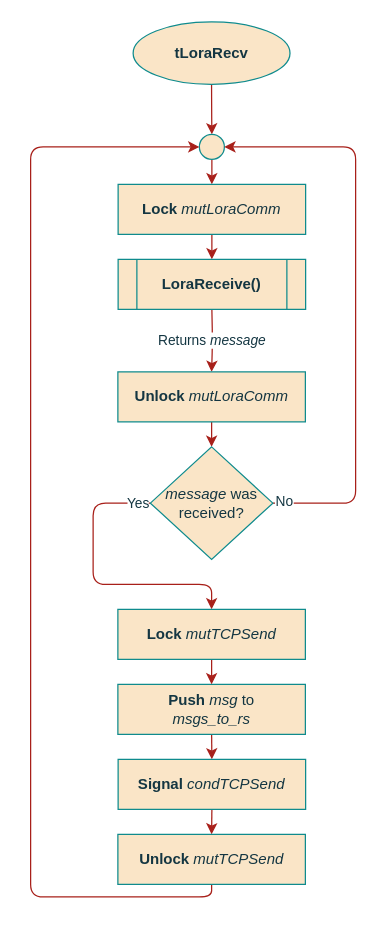
The draw.io diagram page "tLoraRecv" (5 of 5) of project/report/flowcharts/Gatewaytasks/threads.drawio in ESRGgroup9/slipad, before the edit. Source tidied: cells renumbered, new cells numbered last; positions are measured from the earlier drawing's top-left corner, leaving out a move shared by most shapes. Both pictures are drawn from the tidied source at 125%, with x=0, y=0 at pixel (30, 21).
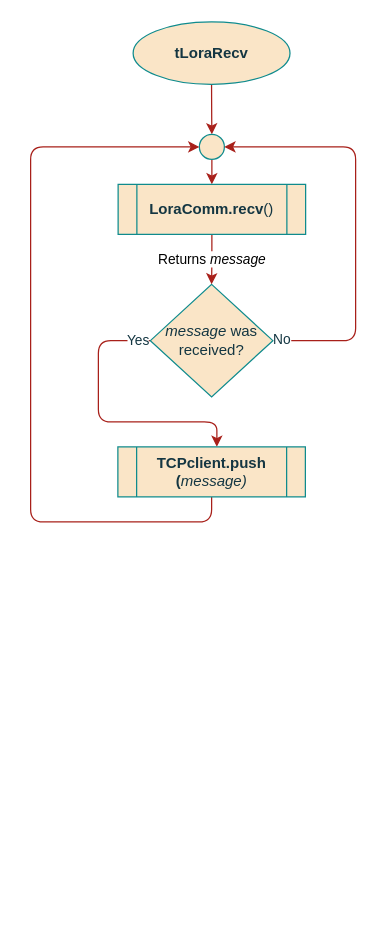
The same diagram, later.

The change refers to these unchanged cells:
```xml
<mxCell id="5" style="ellipse;whiteSpace=wrap;html=1;rounded=0;sketch=0;fontColor=#143642;strokeColor=#0F8B8D;fillColor=#FAE5C7;" parent="1" vertex="1">
  <mxGeometry x="135" y="90" width="20" height="20" as="geometry" />
</mxCell>
```

Change to the diagram source:
```diff
@@
-    <mxCell id="4" style="edgeStyle=orthogonalEdgeStyle;curved=0;rounded=1;sketch=0;jettySize=auto;html=1;exitX=0.5;exitY=1;exitDx=0;exitDy=0;entryX=0.5;entryY=0;entryDx=0;entryDy=0;fontColor=#143642;strokeColor=#A8201A;fillColor=#FAE5C7;" parent="1" edge="1" source="5" target="7">
-      <mxGeometry relative="1" as="geometry" />
+    <mxCell id="4" style="edgeStyle=orthogonalEdgeStyle;curved=0;rounded=1;sketch=0;jettySize=auto;html=1;exitX=0.5;exitY=1;exitDx=0;exitDy=0;entryX=0.5;entryY=0;entryDx=0;entryDy=0;fontColor=#143642;strokeColor=#A8201A;fillColor=#FAE5C7;" parent="1" edge="1" source="5">
+      <mxGeometry relative="1" as="geometry">
+        <mxPoint x="145" y="130" as="targetPoint" />
+      </mxGeometry>
     </mxCell>
@@
-    <mxCell id="6" style="edgeStyle=orthogonalEdgeStyle;curved=0;rounded=1;sketch=0;jettySize=auto;html=1;fontColor=#143642;strokeColor=#A8201A;fillColor=#FAE5C7;" parent="1" edge="1" source="7">
-      <mxGeometry relative="1" as="geometry">
-        <mxPoint x="145" y="190" as="targetPoint" />
-      </mxGeometry>
-    </mxCell>
-    <mxCell id="7" value="&lt;div&gt;&lt;b&gt;Lock&lt;/b&gt; &lt;i&gt;mutLoraComm&lt;/i&gt;&lt;/div&gt;" style="rounded=0;whiteSpace=wrap;html=1;sketch=0;fontColor=#143642;strokeColor=#0F8B8D;fillColor=#FAE5C7;" parent="1" vertex="1">
-      <mxGeometry x="70" y="130" width="150" height="40" as="geometry" />
-    </mxCell>
-    <mxCell id="8" value="Returns &lt;i&gt;message&lt;/i&gt;" style="edgeStyle=orthogonalEdgeStyle;curved=0;rounded=1;sketch=0;jettySize=auto;html=1;fontColor=#143642;strokeColor=#A8201A;fillColor=#FAE5C7;entryX=0.5;entryY=0;entryDx=0;entryDy=0;" parent="1" edge="1" target="13">
-      <mxGeometry relative="1" as="geometry">
-        <mxPoint x="145" y="230" as="sourcePoint" />
-      </mxGeometry>
-    </mxCell>
-    <mxCell id="9" style="edgeStyle=orthogonalEdgeStyle;rounded=1;sketch=0;jettySize=auto;html=1;entryX=0;entryY=0.5;entryDx=0;entryDy=0;fontColor=#143642;strokeColor=#A8201A;fillColor=#FAE5C7;exitX=0.5;exitY=1;exitDx=0;exitDy=0;" parent="1" edge="1" source="24" target="5">
+    <mxCell id="9" style="edgeStyle=orthogonalEdgeStyle;rounded=1;sketch=0;jettySize=auto;html=1;entryX=0;entryY=0.5;entryDx=0;entryDy=0;fontColor=#143642;strokeColor=#A8201A;fillColor=#FAE5C7;exitX=0.5;exitY=1;exitDx=0;exitDy=0;" parent="1" edge="1" source="26" target="5">
       <mxGeometry relative="1" as="geometry">
         <Array as="points">
-          <mxPoint x="145" y="700" />
-          <mxPoint y="700" />
+          <mxPoint x="145" y="400" />
+          <mxPoint y="400" />
           <mxPoint y="100" />
         </Array>
       </mxGeometry>
     </mxCell>
     <mxCell id="10" style="edgeStyle=orthogonalEdgeStyle;curved=0;rounded=1;sketch=0;jettySize=auto;html=1;exitX=1;exitY=0.5;exitDx=0;exitDy=0;entryX=1;entryY=0.5;entryDx=0;entryDy=0;fontColor=#143642;strokeColor=#A8201A;fillColor=#FAE5C7;" parent="1" edge="1" source="17" target="5">
       <mxGeometry relative="1" as="geometry">
         <Array as="points">
-          <mxPoint x="260" y="385" />
+          <mxPoint x="260" y="255" />
           <mxPoint x="260" y="100" />
         </Array>
       </mxGeometry>
     </mxCell>
@@
-    <mxCell id="12" style="edgeStyle=orthogonalEdgeStyle;rounded=1;sketch=0;jettySize=auto;html=1;fontColor=#143642;strokeColor=#A8201A;fillColor=#FAE5C7;" parent="1" edge="1" source="13" target="17">
-      <mxGeometry relative="1" as="geometry" />
-    </mxCell>
-    <mxCell id="13" value="&lt;b&gt;Unlock&lt;/b&gt; &lt;i&gt;mutLoraComm&lt;/i&gt;" style="rounded=0;whiteSpace=wrap;html=1;sketch=0;fontColor=#143642;strokeColor=#0F8B8D;fillColor=#FAE5C7;" parent="1" vertex="1">
-      <mxGeometry x="69.8" y="280" width="150" height="40" as="geometry" />
-    </mxCell>
-    <mxCell id="14" value="&lt;b&gt;LoraReceive()&lt;/b&gt;" style="shape=process;whiteSpace=wrap;html=1;backgroundOutline=1;rounded=0;sketch=0;fontColor=#143642;strokeColor=#0F8B8D;fillColor=#FAE5C7;" parent="1" vertex="1">
-      <mxGeometry x="70" y="190" width="150" height="40" as="geometry" />
-    </mxCell>
     <mxCell id="15" style="edgeStyle=orthogonalEdgeStyle;sketch=0;jettySize=auto;html=1;exitX=0;exitY=0.5;exitDx=0;exitDy=0;entryX=0.5;entryY=0;entryDx=0;entryDy=0;fontColor=#143642;strokeColor=#A8201A;fillColor=#FAE5C7;rounded=1;" parent="1" edge="1" source="17">
       <mxGeometry relative="1" as="geometry">
-        <mxPoint x="144.8" y="470" as="targetPoint" />
+        <mxPoint x="149" y="340" as="targetPoint" />
         <Array as="points">
-          <mxPoint x="50" y="385" />
-          <mxPoint x="50" y="450" />
-          <mxPoint x="145" y="450" />
+          <mxPoint x="54.2" y="255" />
+          <mxPoint x="54.2" y="320" />
+          <mxPoint x="149.2" y="320" />
         </Array>
       </mxGeometry>
     </mxCell>
@@
     <mxCell id="17" value="&lt;div&gt;&lt;i&gt;message&lt;/i&gt; was&lt;/div&gt;&lt;div&gt;received?&lt;br&gt;&lt;/div&gt;" style="rhombus;whiteSpace=wrap;html=1;rounded=0;sketch=0;fontColor=#143642;strokeColor=#0F8B8D;fillColor=#FAE5C7;" parent="1" vertex="1">
-      <mxGeometry x="95.8" y="340" width="98" height="90" as="geometry" />
+      <mxGeometry x="95.8" y="210" width="98" height="90" as="geometry" />
     </mxCell>
-    <mxCell id="18" style="edgeStyle=orthogonalEdgeStyle;rounded=1;jettySize=auto;html=1;exitX=0.5;exitY=1;exitDx=0;exitDy=0;entryX=0.5;entryY=0;entryDx=0;entryDy=0;fontSize=11;strokeColor=#A8201A;" parent="1" edge="1" source="19" target="21">
-      <mxGeometry relative="1" as="geometry" />
-    </mxCell>
-    <mxCell id="19" value="&lt;div&gt;&lt;b&gt;Push &lt;/b&gt;&lt;i&gt;msg &lt;/i&gt;to&lt;/div&gt;&lt;div&gt;&lt;i&gt;msgs_to_rs&lt;/i&gt;&lt;/div&gt;" style="rounded=0;whiteSpace=wrap;html=1;sketch=0;fontColor=#143642;strokeColor=#0F8B8D;fillColor=#FAE5C7;" parent="1" vertex="1">
-      <mxGeometry x="69.8" y="530" width="150" height="40" as="geometry" />
-    </mxCell>
-    <mxCell id="20" style="edgeStyle=orthogonalEdgeStyle;rounded=1;jettySize=auto;html=1;exitX=0.5;exitY=1;exitDx=0;exitDy=0;entryX=0.5;entryY=0;entryDx=0;entryDy=0;fontSize=11;strokeColor=#A8201A;" parent="1" edge="1" source="21" target="24">
-      <mxGeometry relative="1" as="geometry" />
-    </mxCell>
-    <mxCell id="21" value="&lt;b&gt;Signal&lt;/b&gt; &lt;i&gt;condTCPSend&lt;/i&gt;" style="rounded=0;whiteSpace=wrap;html=1;sketch=0;fontColor=#143642;strokeColor=#0F8B8D;fillColor=#FAE5C7;" parent="1" vertex="1">
-      <mxGeometry x="70" y="590" width="150" height="40" as="geometry" />
-    </mxCell>
-    <mxCell id="22" style="edgeStyle=orthogonalEdgeStyle;rounded=1;jettySize=auto;html=1;exitX=0.5;exitY=1;exitDx=0;exitDy=0;entryX=0.5;entryY=0;entryDx=0;entryDy=0;fontSize=11;strokeColor=#A8201A;" parent="1" edge="1" source="23" target="19">
-      <mxGeometry relative="1" as="geometry" />
-    </mxCell>
-    <mxCell id="23" value="&lt;b&gt;Lock &lt;/b&gt;&lt;i&gt;mutTCPSend&lt;/i&gt;&lt;br&gt;&lt;b&gt;&lt;/b&gt;" style="rounded=0;whiteSpace=wrap;html=1;sketch=0;fontColor=#143642;strokeColor=#0F8B8D;fillColor=#FAE5C7;" parent="1" vertex="1">
-      <mxGeometry x="69.8" y="470" width="150" height="40" as="geometry" />
-    </mxCell>
-    <mxCell id="24" value="&lt;b&gt;Unlock &lt;/b&gt;&lt;i&gt;mutTCPSend&lt;/i&gt;" style="rounded=0;whiteSpace=wrap;html=1;sketch=0;fontColor=#143642;strokeColor=#0F8B8D;fillColor=#FAE5C7;" parent="1" vertex="1">
-      <mxGeometry x="69.8" y="650" width="150" height="40" as="geometry" />
-    </mxCell>
+    <mxCell id="8" value="Returns &lt;i&gt;message&lt;/i&gt;" style="edgeStyle=orthogonalEdgeStyle;rounded=1;jettySize=auto;html=1;exitX=0.5;exitY=1;exitDx=0;exitDy=0;entryX=0.5;entryY=0;entryDx=0;entryDy=0;strokeColor=#A8201A;" parent="1" edge="1" source="25" target="17">
+      <mxGeometry relative="1" as="geometry" />
+    </mxCell>
+    <mxCell id="25" value="&lt;b&gt;LoraComm.recv&lt;/b&gt;()" style="shape=process;whiteSpace=wrap;html=1;backgroundOutline=1;rounded=0;sketch=0;fontColor=#143642;strokeColor=#0F8B8D;fillColor=#FAE5C7;" parent="1" vertex="1">
+      <mxGeometry x="70" y="130" width="150" height="40" as="geometry" />
+    </mxCell>
+    <mxCell id="26" value="&lt;div&gt;&lt;b&gt;TCPclient.push&lt;/b&gt;&lt;/div&gt;&lt;div&gt;&lt;b&gt;(&lt;/b&gt;&lt;i&gt;message)&lt;/i&gt;&lt;/div&gt;" style="shape=process;whiteSpace=wrap;html=1;backgroundOutline=1;rounded=0;sketch=0;fontColor=#143642;strokeColor=#0F8B8D;fillColor=#FAE5C7;" parent="1" vertex="1">
+      <mxGeometry x="69.8" y="340" width="150" height="40" as="geometry" />
+    </mxCell>
```
